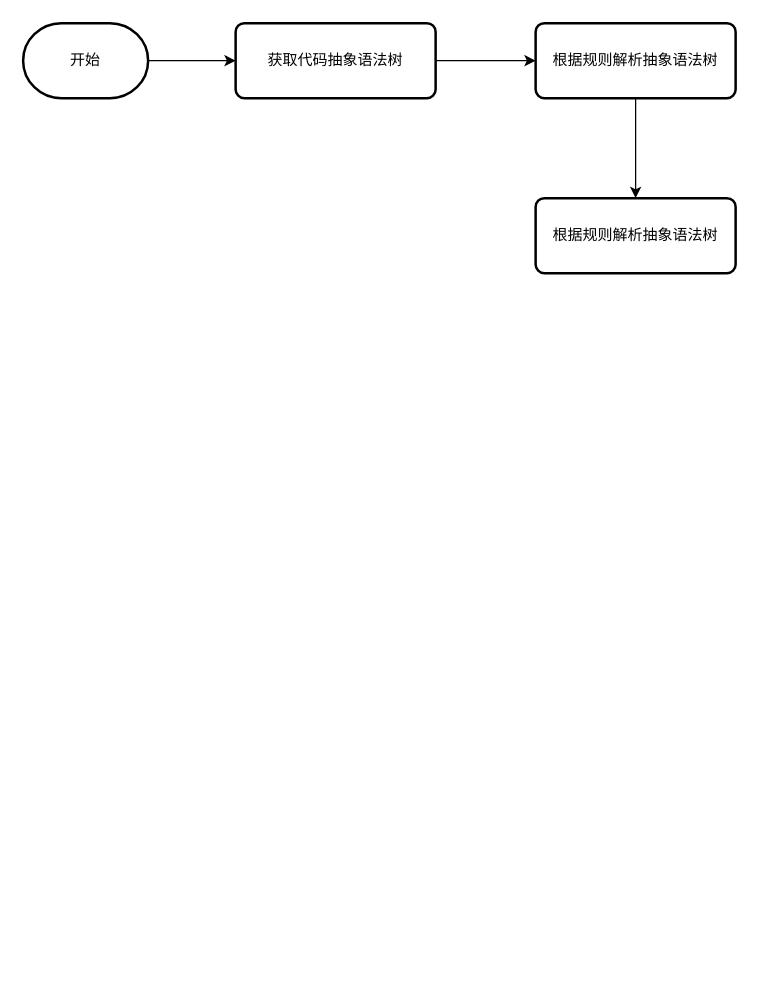
Above: idea插件流程图.drawio in zmjzmjzmj8/draw-io (draw.io), before the change. Source tidied: cells renumbered, new cells numbered last; positions are measured from the earlier drawing's top-left corner, leaving out a move shared by most shapes. Both pictures are drawn from the tidied source at 125%, with x=0, y=0 at pixel (22, 22).
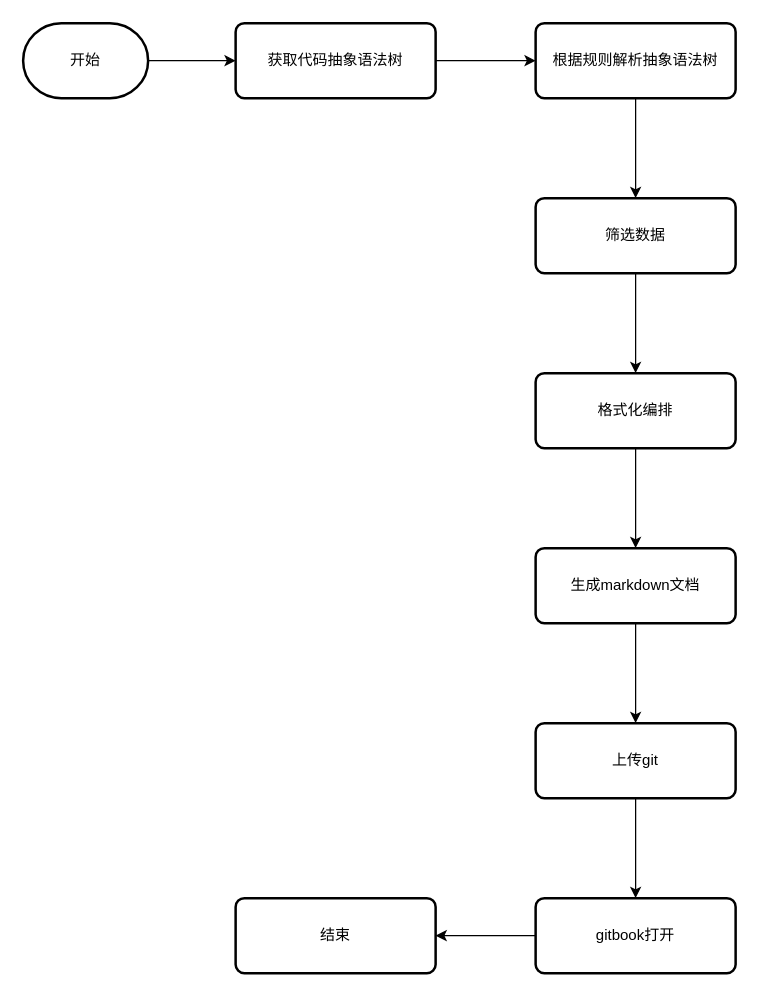
Above is the later version.

Commit message (it also covers changes not shown here):
更新idea插件流程图.drawio

Change to the diagram source:
```diff
@@
 <mxGraphModel>
   <root>
     <mxCell id="0" />
     <mxCell id="1" parent="0" />
     <mxCell id="2" style="edgeStyle=orthogonalEdgeStyle;rounded=0;jettySize=auto;html=1;entryX=0;entryY=0.5;entryDx=0;entryDy=0;" parent="1" edge="1" source="3" target="5">
       <mxGeometry relative="1" as="geometry" />
     </mxCell>
     <mxCell id="3" value="开始" style="strokeWidth=2;html=1;shape=mxgraph.flowchart.terminator;whiteSpace=wrap;" parent="1" vertex="1">
       <mxGeometry width="100" height="60" as="geometry" />
     </mxCell>
     <mxCell id="4" style="edgeStyle=orthogonalEdgeStyle;rounded=0;jettySize=auto;html=1;" parent="1" edge="1" source="5" target="7">
       <mxGeometry relative="1" as="geometry" />
     </mxCell>
     <mxCell id="5" value="获取代码抽象语法树" style="rounded=1;whiteSpace=wrap;html=1;absoluteArcSize=1;arcSize=14;strokeWidth=2;" parent="1" vertex="1">
       <mxGeometry x="170" width="160" height="60" as="geometry" />
     </mxCell>
     <mxCell id="6" style="edgeStyle=orthogonalEdgeStyle;rounded=0;jettySize=auto;html=1;" parent="1" edge="1" source="7" target="8">
       <mxGeometry relative="1" as="geometry" />
     </mxCell>
     <mxCell id="7" value="根据规则解析抽象语法树" style="rounded=1;whiteSpace=wrap;html=1;absoluteArcSize=1;arcSize=14;strokeWidth=2;" parent="1" vertex="1">
       <mxGeometry x="410" width="160" height="60" as="geometry" />
     </mxCell>
+    <mxCell id="9" style="edgeStyle=orthogonalEdgeStyle;rounded=0;jettySize=auto;html=1;" parent="1" edge="1" source="8" target="11">
+      <mxGeometry relative="1" as="geometry" />
+    </mxCell>
-    <mxCell id="8" value="根据规则解析抽象语法树" style="rounded=1;whiteSpace=wrap;html=1;absoluteArcSize=1;arcSize=14;strokeWidth=2;" parent="1" vertex="1">
+    <mxCell id="8" value="筛选数据" style="rounded=1;whiteSpace=wrap;html=1;absoluteArcSize=1;arcSize=14;strokeWidth=2;" parent="1" vertex="1">
       <mxGeometry x="410" y="140" width="160" height="60" as="geometry" />
     </mxCell>
+    <mxCell id="10" style="edgeStyle=orthogonalEdgeStyle;rounded=0;jettySize=auto;html=1;" parent="1" edge="1" source="11" target="13">
+      <mxGeometry relative="1" as="geometry" />
+    </mxCell>
+    <mxCell id="11" value="格式化编排" style="rounded=1;whiteSpace=wrap;html=1;absoluteArcSize=1;arcSize=14;strokeWidth=2;" parent="1" vertex="1">
+      <mxGeometry x="410" y="280" width="160" height="60" as="geometry" />
+    </mxCell>
+    <mxCell id="12" style="edgeStyle=orthogonalEdgeStyle;rounded=0;jettySize=auto;html=1;" parent="1" edge="1" source="13" target="15">
+      <mxGeometry relative="1" as="geometry" />
+    </mxCell>
+    <mxCell id="13" value="生成markdown文档" style="rounded=1;whiteSpace=wrap;html=1;absoluteArcSize=1;arcSize=14;strokeWidth=2;" parent="1" vertex="1">
+      <mxGeometry x="410" y="420" width="160" height="60" as="geometry" />
+    </mxCell>
+    <mxCell id="14" style="edgeStyle=orthogonalEdgeStyle;rounded=0;jettySize=auto;html=1;" parent="1" edge="1" source="15" target="17">
+      <mxGeometry relative="1" as="geometry" />
+    </mxCell>
+    <mxCell id="15" value="上传git" style="rounded=1;whiteSpace=wrap;html=1;absoluteArcSize=1;arcSize=14;strokeWidth=2;" parent="1" vertex="1">
+      <mxGeometry x="410" y="560" width="160" height="60" as="geometry" />
+    </mxCell>
+    <mxCell id="16" style="edgeStyle=orthogonalEdgeStyle;rounded=0;jettySize=auto;html=1;" parent="1" edge="1" source="17" target="18">
+      <mxGeometry relative="1" as="geometry" />
+    </mxCell>
+    <mxCell id="17" value="gitbook打开" style="rounded=1;whiteSpace=wrap;html=1;absoluteArcSize=1;arcSize=14;strokeWidth=2;" parent="1" vertex="1">
+      <mxGeometry x="410" y="700" width="160" height="60" as="geometry" />
+    </mxCell>
+    <mxCell id="18" value="结束" style="rounded=1;whiteSpace=wrap;html=1;absoluteArcSize=1;arcSize=14;strokeWidth=2;" parent="1" vertex="1">
+      <mxGeometry x="170" y="700" width="160" height="60" as="geometry" />
+    </mxCell>
   </root>
 </mxGraphModel>
```
